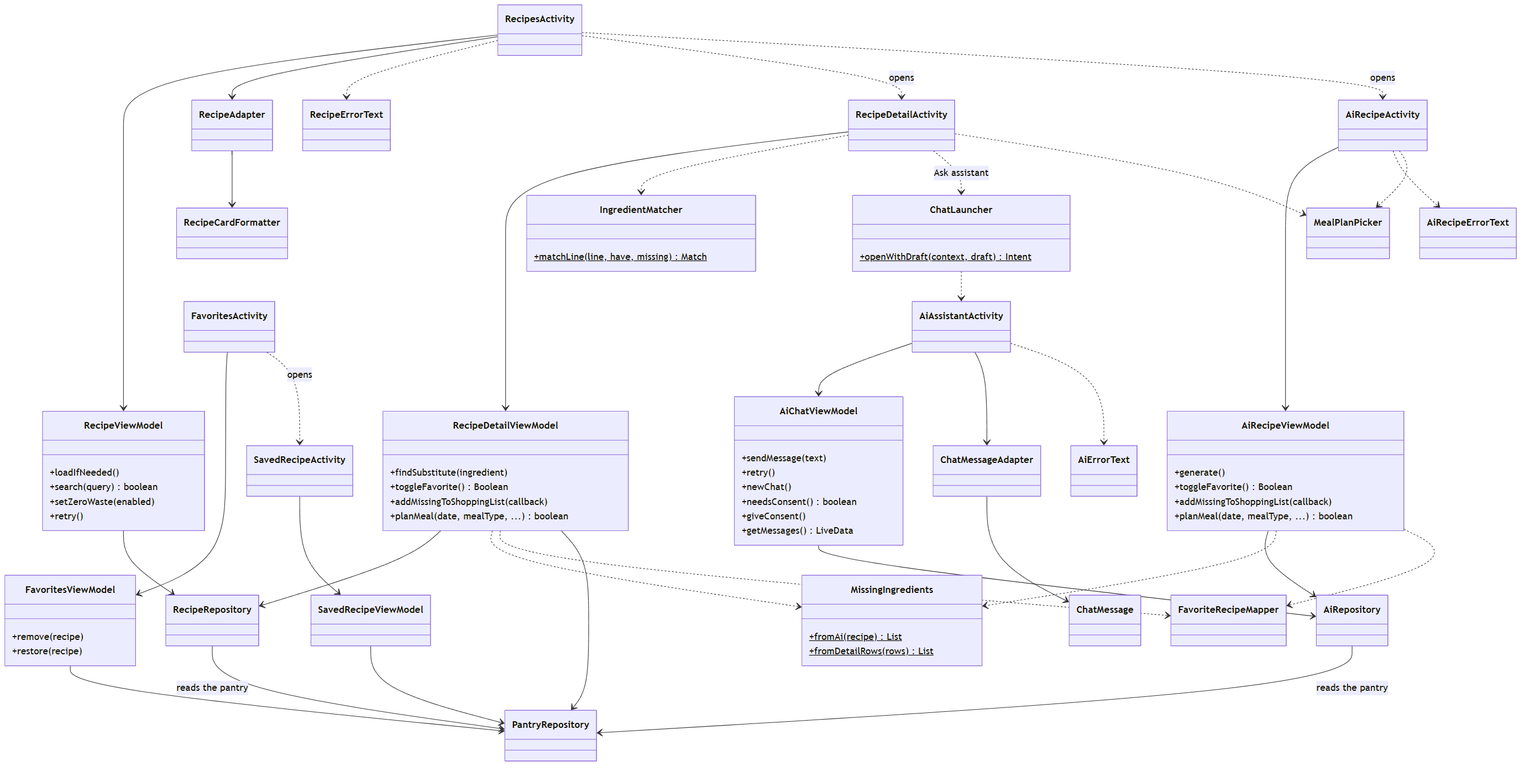
The Mermaid diagram docs/diagrams/img/04-ai-engine-04.png in HZohra/PantryWise-Group-Project, before a commit. Its source is kept beside it as docs/diagrams/src/04-ai-engine-04.mmd.
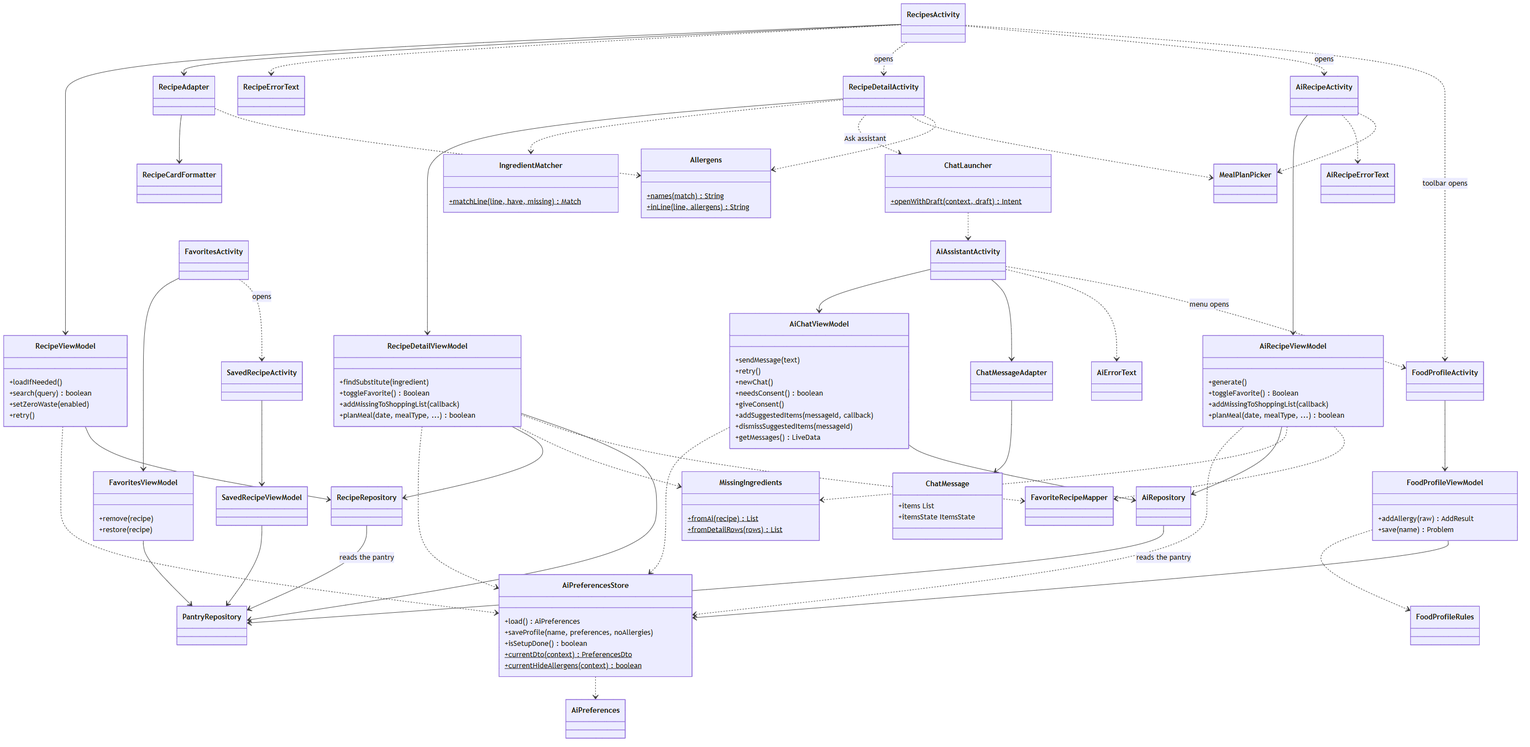
The same diagram one commit later.

The edit, as a diff of the source:
```diff
@@ -6,10 +6,15 @@
         +newChat()
         +needsConsent() boolean
         +giveConsent()
+        +addSuggestedItems(messageId, callback)
+        +dismissSuggestedItems(messageId)
         +getMessages() LiveData
     }
     class ChatMessageAdapter
-    class ChatMessage
+    class ChatMessage {
+        +items List
+        +itemsState ItemsState
+    }
     class RecipesActivity
     class RecipeViewModel {
         +loadIfNeeded()
@@ -55,6 +60,24 @@
     class AiErrorText
     class RecipeErrorText
     class AiRecipeErrorText
+    class FoodProfileActivity
+    class FoodProfileViewModel {
+        +addAllergy(raw) AddResult
+        +save(name) Problem
+    }
+    class FoodProfileRules
+    class AiPreferences
+    class AiPreferencesStore {
+        +load() AiPreferences
+        +saveProfile(name, preferences, noAllergies)
+        +isSetupDone() boolean
+        +currentDto(context)$ PreferencesDto
+        +currentHideAllergens(context)$ boolean
+    }
+    class Allergens {
+        +names(match)$ String
+        +inLine(line, allergens)$ String
+    }
     class AiRepository
     class RecipeRepository
     class PantryRepository
@@ -80,6 +103,18 @@
     FavoritesActivity ..> SavedRecipeActivity : opens
     SavedRecipeActivity --> SavedRecipeViewModel
     ChatLauncher ..> AiAssistantActivity
+    AiAssistantActivity ..> FoodProfileActivity : menu opens
+    RecipesActivity ..> FoodProfileActivity : toolbar opens
+    FoodProfileActivity --> FoodProfileViewModel
+    FoodProfileViewModel ..> FoodProfileRules
+    FoodProfileViewModel --> AiPreferencesStore
+    AiPreferencesStore ..> AiPreferences
+    AiChatViewModel ..> AiPreferencesStore
+    AiRecipeViewModel ..> AiPreferencesStore
+    RecipeViewModel ..> AiPreferencesStore
+    RecipeDetailViewModel ..> AiPreferencesStore
+    RecipeAdapter ..> Allergens
+    RecipeDetailActivity ..> Allergens
     AiChatViewModel --> AiRepository
     AiRecipeViewModel --> AiRepository
     AiRecipeViewModel ..> MissingIngredients
```
